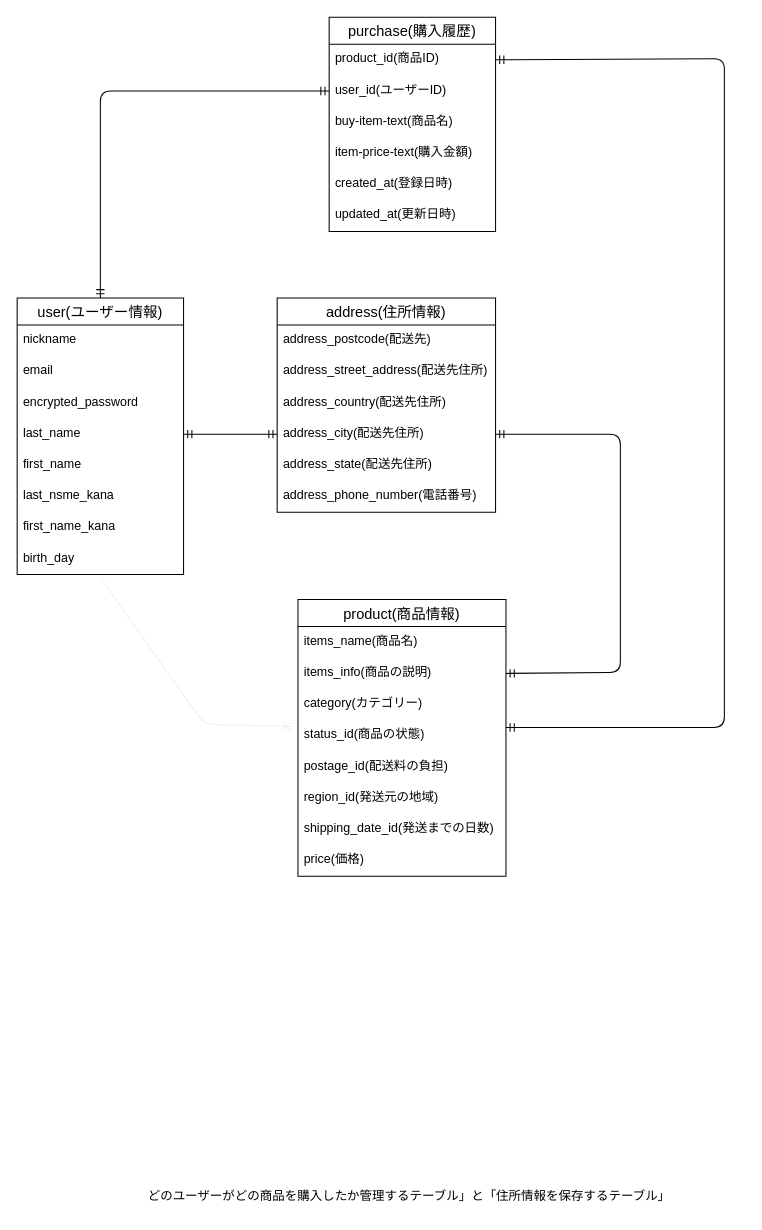
Before: legend.dio in yo-ya07/furima-35557, a draw.io diagram. Source tidied: cells renumbered, new cells numbered last; positions are measured from the earlier drawing's top-left corner, leaving out a move shared by most shapes. Both pictures are drawn from the tidied source at 104%, with x=0, y=0 at pixel (17, 17).
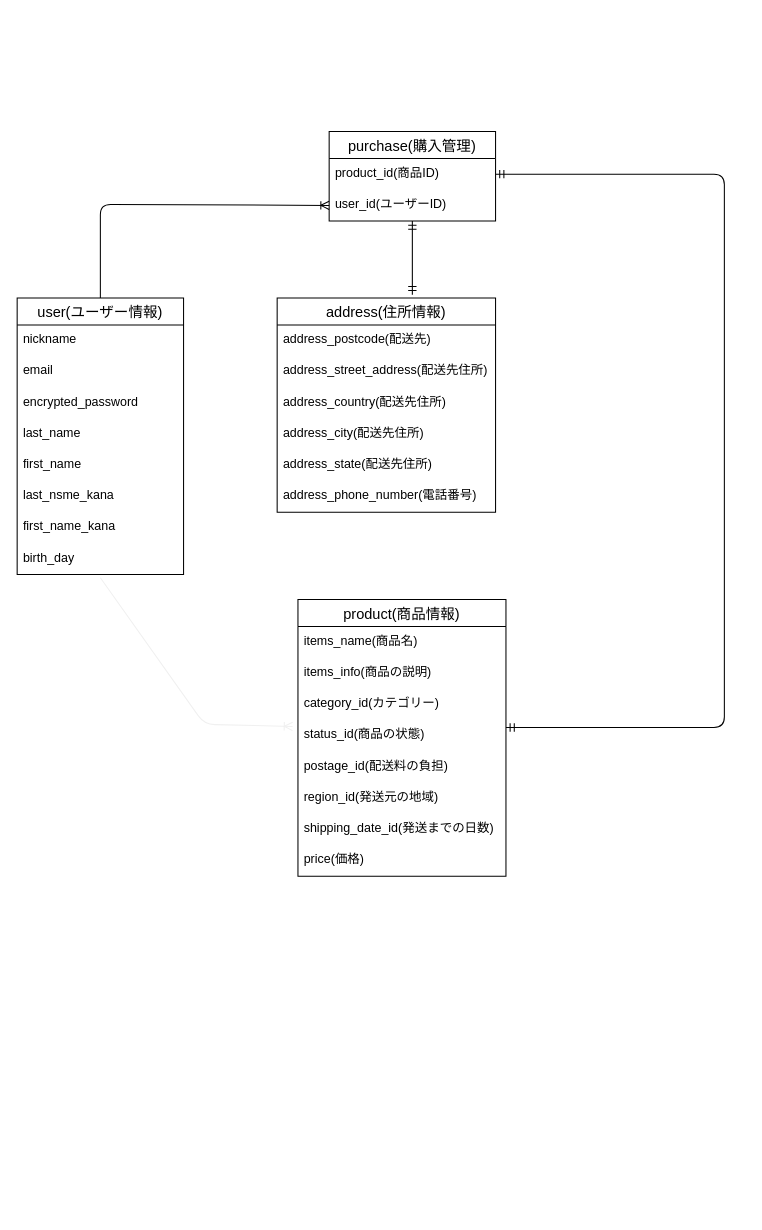
Above is the later version.

Commit message (it also covers changes not shown here):
ER図•README作成(修正2)

The change refers to these unchanged cells:
```xml
<mxCell id="2" value="user(ユーザー情報)" style="swimlane;fontStyle=0;horizontal=1;startSize=26;align=center;fontSize=14;" parent="1" vertex="1">
  <mxGeometry y="270" width="160" height="266" as="geometry" />
</mxCell>
<mxCell id="6" value="last_name" style="text;strokeColor=none;fillColor=none;spacingLeft=4;spacingRight=4;overflow=hidden;points=[[0,0.5],[1,0.5]];portConstraint=eastwest;fontSize=12;" parent="2" vertex="1">
  <mxGeometry y="116" width="160" height="30" as="geometry" />
</mxCell>
<mxCell id="11" value="address(住所情報)" style="swimlane;fontStyle=0;horizontal=1;startSize=26;align=center;fontSize=14;" parent="1" vertex="1">
  <mxGeometry x="250" y="270" width="210" height="206" as="geometry" />
</mxCell>
<mxCell id="15" value="address_city(配送先住所)" style="text;strokeColor=none;fillColor=none;spacingLeft=4;spacingRight=4;overflow=hidden;points=[[0,0.5],[1,0.5]];portConstraint=eastwest;fontSize=12;" parent="11" vertex="1">
  <mxGeometry y="116" width="210" height="30" as="geometry" />
</mxCell>
<mxCell id="18" value="product(商品情報)" style="swimlane;fontStyle=0;horizontal=1;startSize=26;align=center;fontSize=14;" parent="1" vertex="1">
  <mxGeometry x="270" y="560" width="200" height="266" as="geometry" />
</mxCell>
<mxCell id="20" value="items_info(商品の説明)" style="text;strokeColor=none;fillColor=none;spacingLeft=4;spacingRight=4;overflow=hidden;points=[[0,0.5],[1,0.5]];portConstraint=eastwest;fontSize=12;" parent="18" vertex="1">
  <mxGeometry y="56" width="200" height="30" as="geometry" />
</mxCell>
<mxCell id="22" value="status_id(商品の状態)" style="text;strokeColor=none;fillColor=none;spacingLeft=4;spacingRight=4;overflow=hidden;points=[[0,0.5],[1,0.5]];portConstraint=eastwest;fontSize=12;" parent="18" vertex="1">
  <mxGeometry y="116" width="200" height="30" as="geometry" />
</mxCell>
<mxCell id="31" value="product_id(商品ID)" style="text;strokeColor=none;fillColor=none;spacingLeft=4;spacingRight=4;overflow=hidden;points=[[0,0.5],[1,0.5]];portConstraint=eastwest;fontSize=12;" parent="30" vertex="1">
  <mxGeometry y="26" width="160" height="30" as="geometry" />
</mxCell>
<mxCell id="32" value="user_id(ユーザーID)" style="text;strokeColor=none;fillColor=none;spacingLeft=4;spacingRight=4;overflow=hidden;points=[[0,0.5],[1,0.5]];portConstraint=eastwest;fontSize=12;" parent="30" vertex="1">
  <mxGeometry y="56" width="160" height="30" as="geometry" />
</mxCell>
```

What changed in the source:
```diff
@@
-    <mxCell id="21" value="category(カテゴリー)" style="text;strokeColor=none;fillColor=none;spacingLeft=4;spacingRight=4;overflow=hidden;fontSize=12;" parent="18" vertex="1">
+    <mxCell id="21" value="category_id(カテゴリー)" style="text;strokeColor=none;fillColor=none;spacingLeft=4;spacingRight=4;overflow=hidden;fontSize=12;" parent="18" vertex="1">
       <mxGeometry y="86" width="200" height="30" as="geometry" />
     </mxCell>
@@
-    <mxCell id="27" style="edgeStyle=entityRelationEdgeStyle;fontSize=12;html=1;endArrow=ERmandOne;startArrow=ERmandOne;exitX=1;exitY=0.5;exitDx=0;exitDy=0;" parent="1" edge="1" source="6" target="15">
-      <mxGeometry relative="1" as="geometry" />
-    </mxCell>
     <mxCell id="28" style="edgeStyle=orthogonalEdgeStyle;fontSize=12;html=1;endArrow=ERmandOne;startArrow=ERmandOne;exitX=1;exitY=0.233;exitDx=0;exitDy=0;exitPerimeter=0;entryX=1;entryY=0.5;entryDx=0;entryDy=0;" parent="1" edge="1" source="22" target="31">
       <mxGeometry relative="1" as="geometry">
         <Array as="points">
           <mxPoint x="680" y="683" />
-          <mxPoint x="680" y="40" />
+          <mxPoint x="680" y="151" />
         </Array>
       </mxGeometry>
     </mxCell>
@@
-    <mxCell id="30" value="purchase(購入履歴)" style="swimlane;fontStyle=0;horizontal=1;startSize=26;align=center;fontSize=14;" parent="1" vertex="1">
-      <mxGeometry x="300" width="160" height="206" as="geometry" />
+    <mxCell id="30" value="purchase(購入管理)" style="swimlane;fontStyle=0;horizontal=1;startSize=26;align=center;fontSize=14;" parent="1" vertex="1">
+      <mxGeometry x="300" y="110" width="160" height="86" as="geometry" />
     </mxCell>
@@
-    <mxCell id="33" value="buy-item-text(商品名)" style="text;strokeColor=none;fillColor=none;spacingLeft=4;spacingRight=4;overflow=hidden;fontSize=12;" parent="30" vertex="1">
-      <mxGeometry y="86" width="160" height="30" as="geometry" />
-    </mxCell>
-    <mxCell id="34" value="item-price-text(購入金額)" style="text;strokeColor=none;fillColor=none;spacingLeft=4;spacingRight=4;overflow=hidden;fontSize=12;" parent="30" vertex="1">
-      <mxGeometry y="116" width="160" height="30" as="geometry" />
-    </mxCell>
-    <mxCell id="35" value="created_at(登録日時)" style="text;strokeColor=none;fillColor=none;spacingLeft=4;spacingRight=4;overflow=hidden;fontSize=12;" parent="30" vertex="1">
-      <mxGeometry y="146" width="160" height="30" as="geometry" />
-    </mxCell>
-    <mxCell id="36" value="updated_at(更新日時)" style="text;strokeColor=none;fillColor=none;spacingLeft=4;spacingRight=4;overflow=hidden;fontSize=12;" parent="30" vertex="1">
-      <mxGeometry y="176" width="160" height="30" as="geometry" />
-    </mxCell>
-    <mxCell id="37" value="どのユーザーがどの商品を購入したか管理するテーブル」と「住所情報を保存するテーブル」" style="text;strokeColor=none;fillColor=none;spacingLeft=4;spacingRight=4;overflow=hidden;fontSize=12;" parent="1" vertex="1">
-      <mxGeometry x="120" y="1120" width="580" height="30" as="geometry" />
-    </mxCell>
+    <mxCell id="40" style="fontSize=12;html=1;endArrow=ERmandOne;startArrow=ERmandOne;exitX=0.5;exitY=1;exitDx=0;exitDy=0;exitPerimeter=0;entryX=0.619;entryY=-0.015;entryDx=0;entryDy=0;entryPerimeter=0;" parent="1" edge="1" source="32" target="11">
+      <mxGeometry relative="1" as="geometry" />
+    </mxCell>
-    <mxCell id="38" style="fontSize=12;html=1;endArrow=ERmandOne;startArrow=ERmandOne;exitX=0.5;exitY=0;exitDx=0;exitDy=0;entryX=0;entryY=0.5;entryDx=0;entryDy=0;" parent="1" edge="1" source="2" target="32">
+    <mxCell id="38" style="fontSize=12;html=1;endArrow=ERoneToMany;exitX=0.5;exitY=0;exitDx=0;exitDy=0;entryX=0;entryY=0.5;entryDx=0;entryDy=0;" parent="1" edge="1" source="2" target="32">
       <mxGeometry relative="1" as="geometry">
         <Array as="points">
-          <mxPoint x="80" y="71" />
+          <mxPoint x="80" y="180" />
         </Array>
       </mxGeometry>
     </mxCell>
-    <mxCell id="39" style="fontSize=12;html=1;endArrow=ERmandOne;startArrow=ERmandOne;exitX=1;exitY=0.5;exitDx=0;exitDy=0;entryX=1;entryY=0.5;entryDx=0;entryDy=0;" parent="1" edge="1" source="20" target="15">
-      <mxGeometry relative="1" as="geometry">
-        <Array as="points">
-          <mxPoint x="580" y="630" />
-          <mxPoint x="580" y="401" />
-        </Array>
-      </mxGeometry>
-    </mxCell>
```
